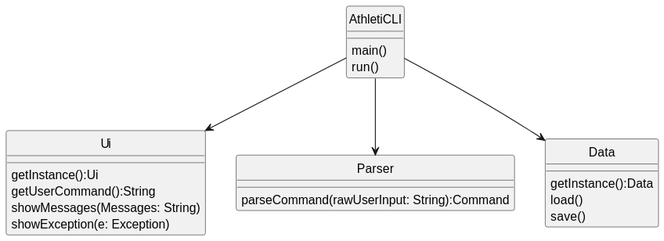
Above: docs/images/MainClassDiagram.svg in AY2324S1-CS2113-T17-1/tp (PlantUML), before the change.
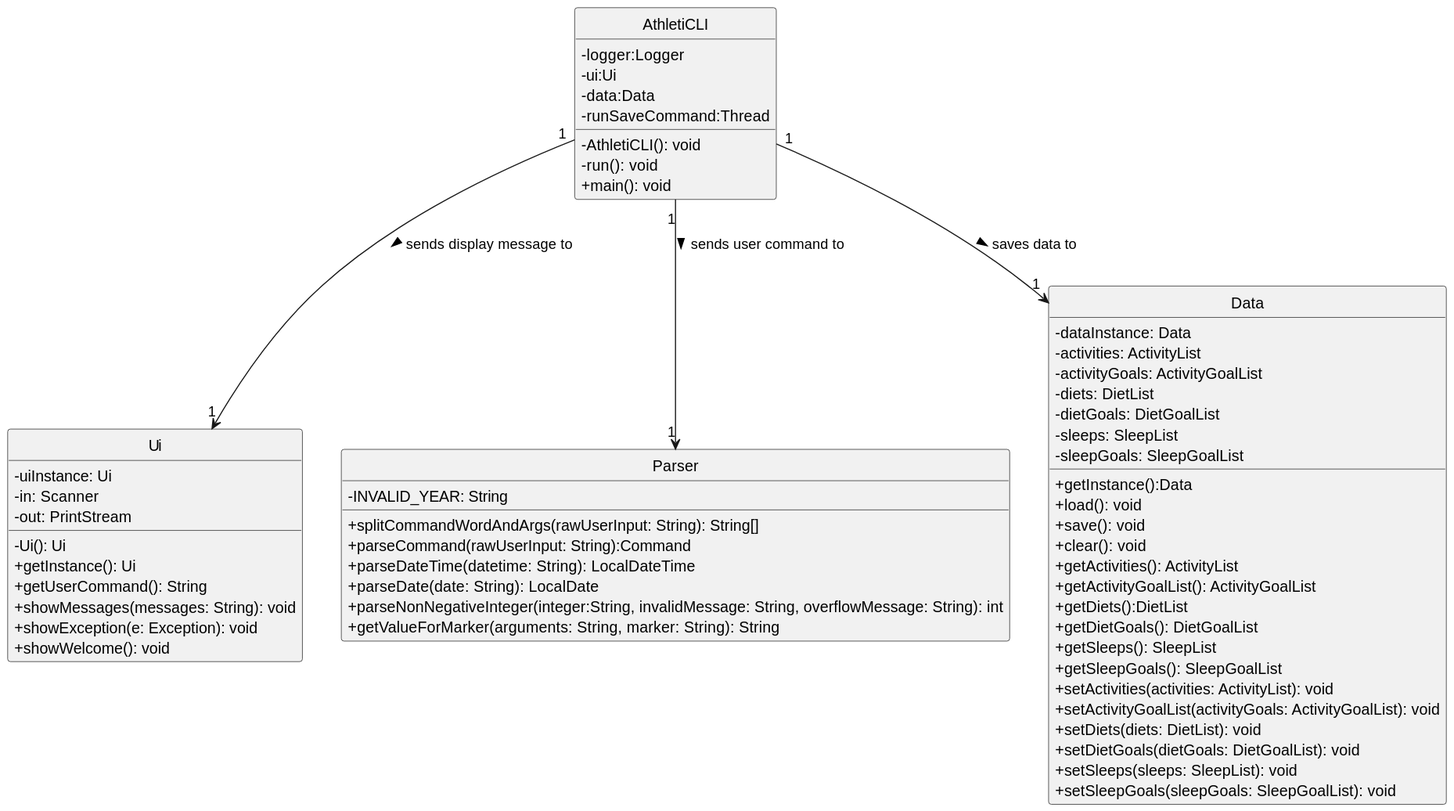
The same diagram one commit later.

Commit message:
Update DG for main class diagram and diet goal diagrams

Diff of the diagram source:
```diff
@@ -1,30 +1,69 @@
 @startuml
+skinparam classAttributeIconSize 0
 hide circle
 
 class AthletiCLI{
-    main()
-    run()
+    -logger:Logger
+    -ui:Ui
+    -data:Data
+    -runSaveCommand:Thread
+    -AthletiCLI(): void
+    -run(): void
+    +main(): void
 
 }
 class Ui{
-    getInstance():Ui
-    getUserCommand():String
-    showMessages(Messages: String)
-    showException(e: Exception)
+    - uiInstance: Ui
+    - in: Scanner
+    - out: PrintStream
+    - Ui(): Ui
+    + getInstance(): Ui
+    + getUserCommand(): String
+    + showMessages(messages: String): void
+    + showException(e: Exception): void
+    + showWelcome(): void
 
 }
 class Parser{
-     parseCommand(rawUserInput: String):Command
+     - INVALID_YEAR: String
+     + splitCommandWordAndArgs(rawUserInput: String): String[]
+     + parseCommand(rawUserInput: String):Command
+     + parseDateTime(datetime: String): LocalDateTime
+     + parseDate(date: String): LocalDate
+     + parseNonNegativeInteger(integer:String, invalidMessage: String, overflowMessage: String): int
+     + getValueForMarker(arguments: String, marker: String): String
+
 }
 class Data{
-    getInstance():Data
-    load()
-    save()
+    - dataInstance: Data
+    - activities: ActivityList
+    - activityGoals: ActivityGoalList
+    - diets: DietList
+    - dietGoals: DietGoalList
+    - sleeps: SleepList
+    - sleepGoals: SleepGoalList
+    + getInstance():Data
+    + load(): void
+    + save(): void
+    + clear(): void
+    + getActivities(): ActivityList
+    + getActivityGoalList(): ActivityGoalList
+    + getDiets():DietList
+    + getDietGoals(): DietGoalList
+    + getSleeps(): SleepList
+    + getSleepGoals(): SleepGoalList
+    + setActivities(activities: ActivityList): void
+    + setActivityGoalList(activityGoals: ActivityGoalList): void
+    + setDiets(diets: DietList): void
+    + setDietGoals(dietGoals: DietGoalList): void
+    + setSleeps(sleeps: SleepList): void
+    + setSleepGoals(sleepGoals: SleepGoalList): void
+
 }
 
 
 
-AthletiCLI --> Ui
-AthletiCLI --> Parser
-AthletiCLI --> Data
+AthletiCLI "1" --> "1" Ui : sends display message to >
+AthletiCLI "1" --> "1" Parser : sends user command to >
+AthletiCLI "1" --> "1" Data :  saves data to >
 @enduml
```
